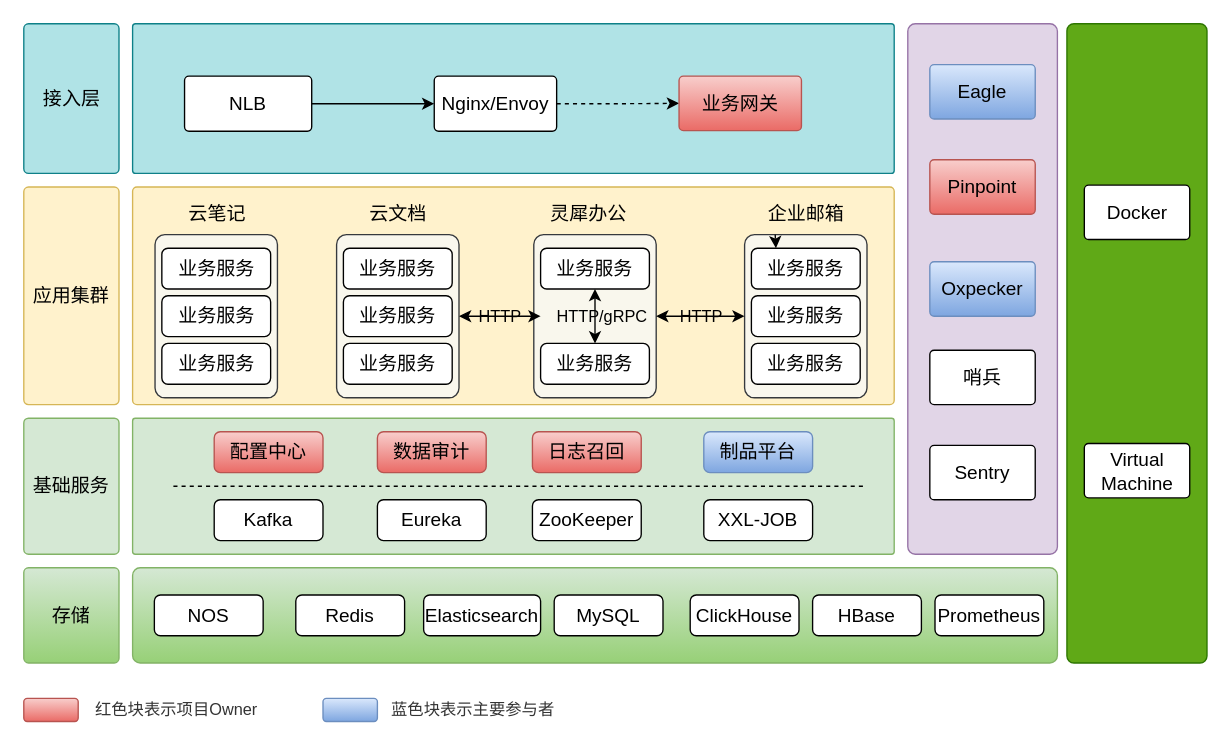
Above: page "灵犀架构图" (1 of 11) of Untitled Diagram.drawio in maxuewen/draw.io (draw.io), before the change. Source tidied: cells renumbered, new cells numbered last; positions are measured from the earlier drawing's top-left corner, leaving out a move shared by most shapes. Both pictures are drawn from the tidied source at 136%, with x=0, y=0 at pixel (23, 23).
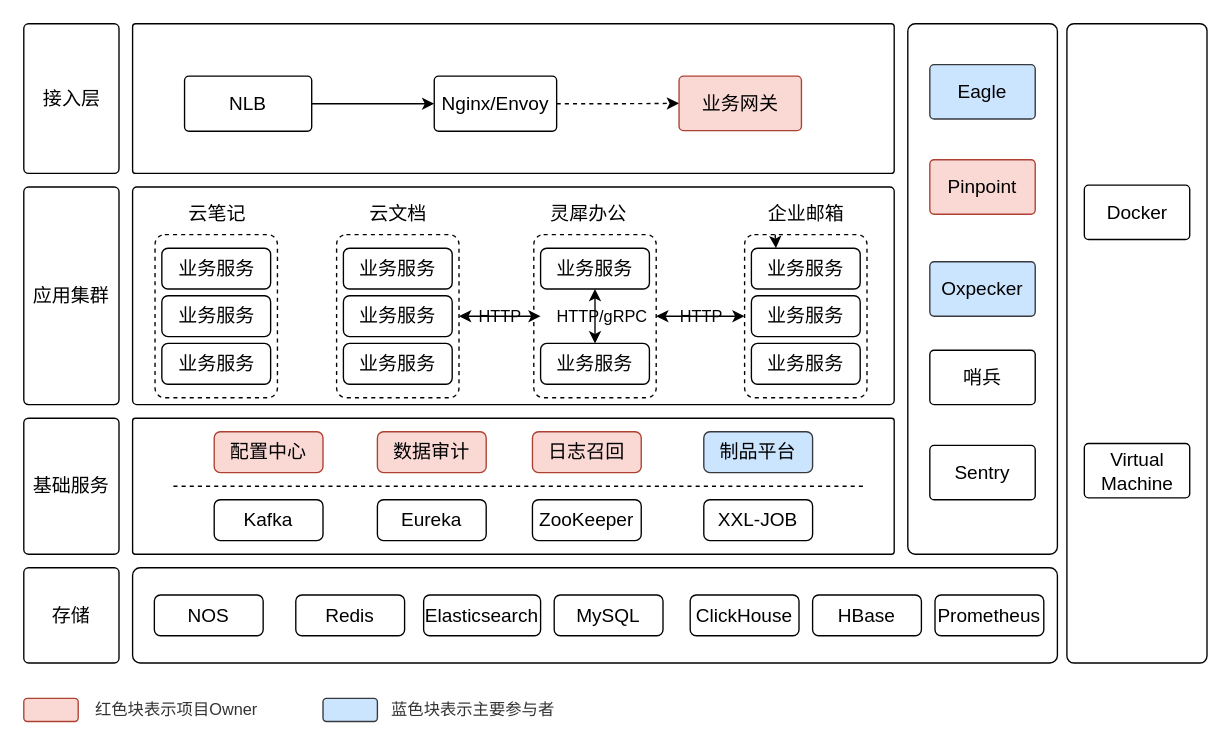
The same diagram, later.

Diff of the diagram source:
```diff
@@
-    <mxCell id="2" style="rounded=1;whiteSpace=wrap;html=1;arcSize=2;fillStyle=auto;shadow=0;glass=0;sketch=0;fillColor=#b0e3e6;strokeColor=#0e8088;fontSize=14;" parent="1" vertex="1">
+    <mxCell id="2" style="rounded=1;whiteSpace=wrap;html=1;arcSize=2;fillStyle=auto;shadow=0;glass=0;sketch=0;fontSize=14;" parent="1" vertex="1">
       <mxGeometry x="80" width="560" height="110" as="geometry" />
     </mxCell>
-    <mxCell id="3" style="rounded=1;whiteSpace=wrap;html=1;perimeterSpacing=10;imageWidth=24;imageHeight=24;arcSize=5;fillColor=#b0e3e6;strokeColor=#0e8088;fontSize=14;" parent="1" vertex="1">
+    <mxCell id="3" style="rounded=1;whiteSpace=wrap;html=1;perimeterSpacing=10;imageWidth=24;imageHeight=24;arcSize=5;fontSize=14;" parent="1" vertex="1">
       <mxGeometry width="70" height="110" as="geometry" />
     </mxCell>
@@
-    <mxCell id="5" value="应用集群" style="rounded=1;whiteSpace=wrap;html=1;perimeterSpacing=10;imageWidth=24;imageHeight=24;arcSize=5;fillColor=#fff2cc;strokeColor=#d6b656;fontSize=14;" parent="1" vertex="1">
+    <mxCell id="5" value="应用集群" style="rounded=1;whiteSpace=wrap;html=1;perimeterSpacing=10;imageWidth=24;imageHeight=24;arcSize=5;fontSize=14;" parent="1" vertex="1">
       <mxGeometry y="120" width="70" height="160" as="geometry" />
     </mxCell>
-    <mxCell id="6" style="rounded=1;whiteSpace=wrap;html=1;arcSize=2;fillStyle=auto;shadow=0;glass=0;sketch=0;fillColor=#fff2cc;strokeColor=#d6b656;fontSize=14;" parent="1" vertex="1">
+    <mxCell id="6" style="rounded=1;whiteSpace=wrap;html=1;arcSize=2;fillStyle=auto;shadow=0;glass=0;sketch=0;fontSize=14;" parent="1" vertex="1">
       <mxGeometry x="80" y="120" width="560" height="160" as="geometry" />
     </mxCell>
-    <mxCell id="7" style="rounded=1;whiteSpace=wrap;html=1;arcSize=8;fillStyle=auto;shadow=0;glass=0;sketch=0;fillColor=#f9f7ed;strokeColor=#36393d;fontSize=14;" parent="1" vertex="1">
+    <mxCell id="7" style="rounded=1;whiteSpace=wrap;html=1;arcSize=8;fillStyle=auto;shadow=0;glass=0;sketch=0;fontSize=14;dashed=1;" parent="1" vertex="1">
       <mxGeometry x="96.5" y="155" width="90" height="120" as="geometry" />
     </mxCell>
@@
-    <mxCell id="12" style="rounded=1;whiteSpace=wrap;html=1;arcSize=8;fillStyle=auto;shadow=0;glass=0;sketch=0;fillColor=#f9f7ed;strokeColor=#36393d;fontSize=14;" parent="1" vertex="1">
+    <mxCell id="12" style="rounded=1;whiteSpace=wrap;html=1;arcSize=8;fillStyle=auto;shadow=0;glass=0;sketch=0;fontSize=14;dashed=1;" parent="1" vertex="1">
       <mxGeometry x="375" y="155" width="90" height="120" as="geometry" />
     </mxCell>
@@
-    <mxCell id="16" style="rounded=1;whiteSpace=wrap;html=1;arcSize=8;fillStyle=auto;shadow=0;glass=0;sketch=0;fillColor=#f9f7ed;strokeColor=#36393d;fontSize=14;" parent="1" vertex="1">
+    <mxCell id="16" style="rounded=1;whiteSpace=wrap;html=1;arcSize=8;fillStyle=auto;shadow=0;glass=0;sketch=0;fontSize=14;dashed=1;" parent="1" vertex="1">
       <mxGeometry x="530" y="155" width="90" height="120" as="geometry" />
     </mxCell>
@@
-    <mxCell id="21" value="基础服务" style="rounded=1;whiteSpace=wrap;html=1;perimeterSpacing=10;imageWidth=24;imageHeight=24;arcSize=5;fillColor=#d5e8d4;strokeColor=#82b366;fontSize=14;" parent="1" vertex="1">
+    <mxCell id="21" value="基础服务" style="rounded=1;whiteSpace=wrap;html=1;perimeterSpacing=10;imageWidth=24;imageHeight=24;arcSize=5;fontSize=14;" parent="1" vertex="1">
       <mxGeometry y="290" width="70" height="100" as="geometry" />
     </mxCell>
-    <mxCell id="22" style="rounded=1;whiteSpace=wrap;html=1;arcSize=2;fillStyle=auto;shadow=0;glass=0;sketch=0;fillColor=#d5e8d4;strokeColor=#82b366;fontSize=14;" parent="1" vertex="1">
+    <mxCell id="22" style="rounded=1;whiteSpace=wrap;html=1;arcSize=2;fillStyle=auto;shadow=0;glass=0;sketch=0;fontSize=14;" parent="1" vertex="1">
       <mxGeometry x="80" y="290" width="560" height="100" as="geometry" />
     </mxCell>
-    <mxCell id="23" value="配置中心" style="rounded=1;whiteSpace=wrap;html=1;shadow=0;glass=0;sketch=0;fillStyle=auto;fontSize=14;fillColor=#f8cecc;gradientColor=#ea6b66;strokeColor=#b85450;" parent="1" vertex="1">
+    <mxCell id="23" value="配置中心" style="rounded=1;whiteSpace=wrap;html=1;shadow=0;glass=0;sketch=0;fillStyle=auto;fontSize=14;fillColor=#fad9d5;strokeColor=#ae4132;" parent="1" vertex="1">
       <mxGeometry x="140" y="300" width="80" height="30" as="geometry" />
     </mxCell>
-    <mxCell id="24" value="数据审计" style="rounded=1;whiteSpace=wrap;html=1;shadow=0;glass=0;sketch=0;fillStyle=auto;fontSize=14;fillColor=#f8cecc;gradientColor=#ea6b66;strokeColor=#b85450;" parent="1" vertex="1">
+    <mxCell id="24" value="数据审计" style="rounded=1;whiteSpace=wrap;html=1;shadow=0;glass=0;sketch=0;fillStyle=auto;fontSize=14;fillColor=#fad9d5;strokeColor=#ae4132;" parent="1" vertex="1">
       <mxGeometry x="260" y="300" width="80" height="30" as="geometry" />
     </mxCell>
-    <mxCell id="25" value="日志召回" style="rounded=1;whiteSpace=wrap;html=1;shadow=0;glass=0;sketch=0;fillStyle=auto;fontSize=14;fillColor=#f8cecc;strokeColor=#b85450;gradientColor=#ea6b66;" parent="1" vertex="1">
+    <mxCell id="25" value="日志召回" style="rounded=1;whiteSpace=wrap;html=1;shadow=0;glass=0;sketch=0;fillStyle=auto;fontSize=14;fillColor=#fad9d5;strokeColor=#ae4132;" parent="1" vertex="1">
       <mxGeometry x="374" y="300" width="80" height="30" as="geometry" />
     </mxCell>
-    <mxCell id="26" value="制品平台" style="rounded=1;whiteSpace=wrap;html=1;shadow=0;glass=0;sketch=0;fillStyle=auto;fontSize=14;fillColor=#dae8fc;strokeColor=#6c8ebf;gradientColor=#7ea6e0;" parent="1" vertex="1">
+    <mxCell id="26" value="制品平台" style="rounded=1;whiteSpace=wrap;html=1;shadow=0;glass=0;sketch=0;fillStyle=auto;fontSize=14;fillColor=#cce5ff;strokeColor=#36393d;" parent="1" vertex="1">
       <mxGeometry x="500" y="300" width="80" height="30" as="geometry" />
     </mxCell>
-    <mxCell id="27" value="存储" style="rounded=1;whiteSpace=wrap;html=1;perimeterSpacing=10;imageWidth=24;imageHeight=24;arcSize=5;fillColor=#d5e8d4;strokeColor=#82b366;gradientColor=#97d077;fontSize=14;" parent="1" vertex="1">
+    <mxCell id="27" value="存储" style="rounded=1;whiteSpace=wrap;html=1;perimeterSpacing=10;imageWidth=24;imageHeight=24;arcSize=5;fontSize=14;" parent="1" vertex="1">
       <mxGeometry y="400" width="70" height="70" as="geometry" />
     </mxCell>
-    <mxCell id="28" style="rounded=1;whiteSpace=wrap;html=1;arcSize=8;fillStyle=auto;shadow=0;glass=0;sketch=0;fillColor=#d5e8d4;strokeColor=#82b366;gradientColor=#97d077;fontSize=14;" parent="1" vertex="1">
+    <mxCell id="28" style="rounded=1;whiteSpace=wrap;html=1;arcSize=8;fillStyle=auto;shadow=0;glass=0;sketch=0;fontSize=14;" parent="1" vertex="1">
       <mxGeometry x="80" y="400" width="680" height="70" as="geometry" />
     </mxCell>
@@
-    <mxCell id="34" style="rounded=1;whiteSpace=wrap;html=1;arcSize=5;fillStyle=auto;shadow=0;glass=0;sketch=0;fillColor=#e1d5e7;strokeColor=#9673a6;align=center;fontSize=14;" parent="1" vertex="1">
+    <mxCell id="34" style="rounded=1;whiteSpace=wrap;html=1;arcSize=5;fillStyle=auto;shadow=0;glass=0;sketch=0;align=center;fontSize=14;" parent="1" vertex="1">
       <mxGeometry x="650" width="110" height="390" as="geometry" />
     </mxCell>
@@
-    <mxCell id="48" value="业务网关" style="rounded=1;whiteSpace=wrap;html=1;arcSize=8;fillStyle=auto;shadow=0;glass=0;sketch=0;fontSize=14;fillColor=#f8cecc;gradientColor=#ea6b66;strokeColor=#b85450;" parent="1" vertex="1">
+    <mxCell id="48" value="业务网关" style="rounded=1;whiteSpace=wrap;html=1;arcSize=8;fillStyle=auto;shadow=0;glass=0;sketch=0;fontSize=14;fillColor=#fad9d5;strokeColor=#ae4132;" parent="1" vertex="1">
       <mxGeometry x="481.8" y="38.5" width="90" height="40" as="geometry" />
     </mxCell>
-    <mxCell id="49" value="Pinpoint" style="rounded=1;whiteSpace=wrap;html=1;arcSize=8;fillStyle=auto;shadow=0;glass=0;sketch=0;fontSize=14;fillColor=#f8cecc;gradientColor=#ea6b66;strokeColor=#b85450;" parent="1" vertex="1">
+    <mxCell id="49" value="Pinpoint" style="rounded=1;whiteSpace=wrap;html=1;arcSize=8;fillStyle=auto;shadow=0;glass=0;sketch=0;fontSize=14;fillColor=#fad9d5;strokeColor=#ae4132;" parent="1" vertex="1">
       <mxGeometry x="666.2" y="100" width="77.5" height="40" as="geometry" />
     </mxCell>
-    <mxCell id="50" value="Eagle" style="rounded=1;whiteSpace=wrap;html=1;arcSize=8;fillStyle=auto;shadow=0;glass=0;sketch=0;fontSize=14;fillColor=#dae8fc;gradientColor=#7ea6e0;strokeColor=#6c8ebf;" parent="1" vertex="1">
+    <mxCell id="50" value="Eagle" style="rounded=1;whiteSpace=wrap;html=1;arcSize=8;fillStyle=auto;shadow=0;glass=0;sketch=0;fontSize=14;fillColor=#cce5ff;strokeColor=#36393d;" parent="1" vertex="1">
       <mxGeometry x="666.2" y="30" width="77.5" height="40" as="geometry" />
     </mxCell>
-    <mxCell id="51" value="Oxpecker" style="rounded=1;whiteSpace=wrap;html=1;arcSize=8;fillStyle=auto;shadow=0;glass=0;sketch=0;fontSize=14;fillColor=#dae8fc;gradientColor=#7ea6e0;strokeColor=#6c8ebf;" parent="1" vertex="1">
+    <mxCell id="51" value="Oxpecker" style="rounded=1;whiteSpace=wrap;html=1;arcSize=8;fillStyle=auto;shadow=0;glass=0;sketch=0;fontSize=14;fillColor=#cce5ff;strokeColor=#36393d;" parent="1" vertex="1">
       <mxGeometry x="666.2" y="175" width="77.5" height="40" as="geometry" />
     </mxCell>
@@
-    <mxCell id="53" style="rounded=1;whiteSpace=wrap;html=1;arcSize=5;fillStyle=auto;shadow=0;glass=0;sketch=0;align=center;fillColor=#60a917;fontColor=#ffffff;strokeColor=#2D7600;fontSize=14;" parent="1" vertex="1">
+    <mxCell id="53" style="rounded=1;whiteSpace=wrap;html=1;arcSize=5;fillStyle=auto;shadow=0;glass=0;sketch=0;align=center;fontSize=14;" parent="1" vertex="1">
       <mxGeometry x="767" width="103" height="470" as="geometry" />
     </mxCell>
@@
-    <mxCell id="58" style="rounded=1;whiteSpace=wrap;html=1;arcSize=8;fillStyle=auto;shadow=0;glass=0;sketch=0;fillColor=#f9f7ed;strokeColor=#36393d;fontSize=14;" parent="1" vertex="1">
+    <mxCell id="58" style="rounded=1;whiteSpace=wrap;html=1;arcSize=8;fillStyle=auto;shadow=0;glass=0;sketch=0;fontSize=14;dashed=1;" parent="1" vertex="1">
       <mxGeometry x="230" y="155" width="90" height="120" as="geometry" />
     </mxCell>
@@
-    <mxCell id="65" style="rounded=1;whiteSpace=wrap;html=1;shadow=0;glass=0;sketch=0;fillStyle=auto;fontSize=14;fillColor=#f8cecc;strokeColor=#b85450;gradientColor=#ea6b66;" parent="1" vertex="1">
+    <mxCell id="65" style="rounded=1;whiteSpace=wrap;html=1;shadow=0;glass=0;sketch=0;fillStyle=auto;fontSize=14;fillColor=#fad9d5;strokeColor=#ae4132;" parent="1" vertex="1">
       <mxGeometry y="496" width="40" height="17" as="geometry" />
     </mxCell>
@@
-    <mxCell id="67" style="rounded=1;whiteSpace=wrap;html=1;shadow=0;glass=0;sketch=0;fillStyle=auto;fontSize=14;fillColor=#dae8fc;strokeColor=#6c8ebf;gradientColor=#7ea6e0;" parent="1" vertex="1">
+    <mxCell id="67" style="rounded=1;whiteSpace=wrap;html=1;shadow=0;glass=0;sketch=0;fillStyle=auto;fontSize=14;fillColor=#cce5ff;strokeColor=#36393d;" parent="1" vertex="1">
       <mxGeometry x="220" y="496" width="40" height="17" as="geometry" />
     </mxCell>
```
